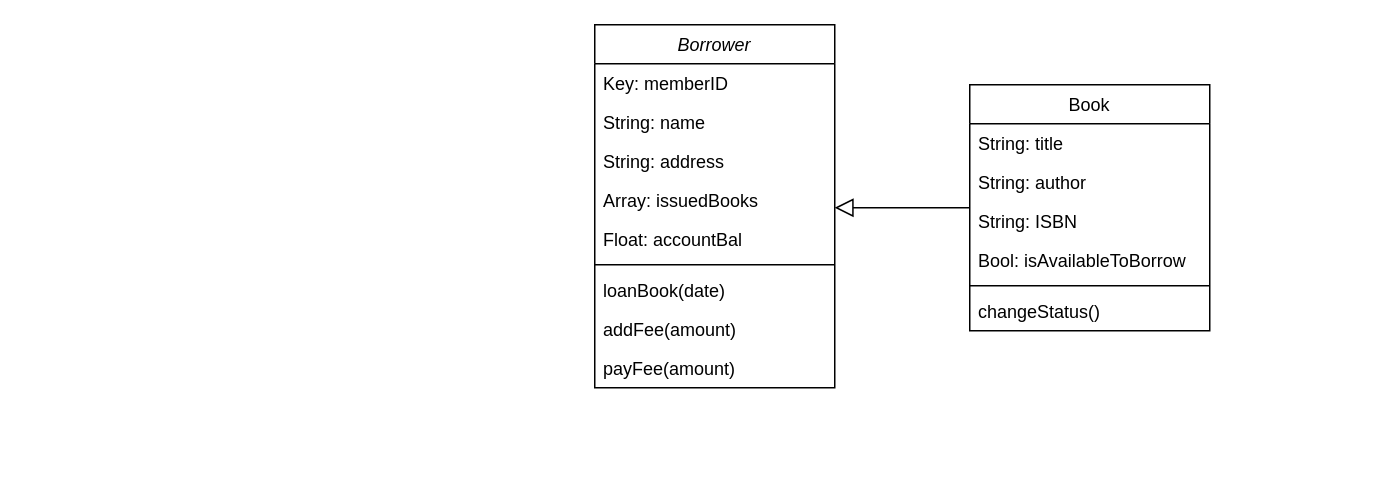
micahsellis/UMLs keeps this draw.io diagram as ClassDiag1.drawio. Above is the earlier version. Source tidied: cells renumbered, new cells numbered last; positions are measured from the earlier drawing's top-left corner, leaving out a move shared by most shapes. Both pictures are drawn from the tidied source at 150%, with x=0, y=0 at pixel (594, 24).
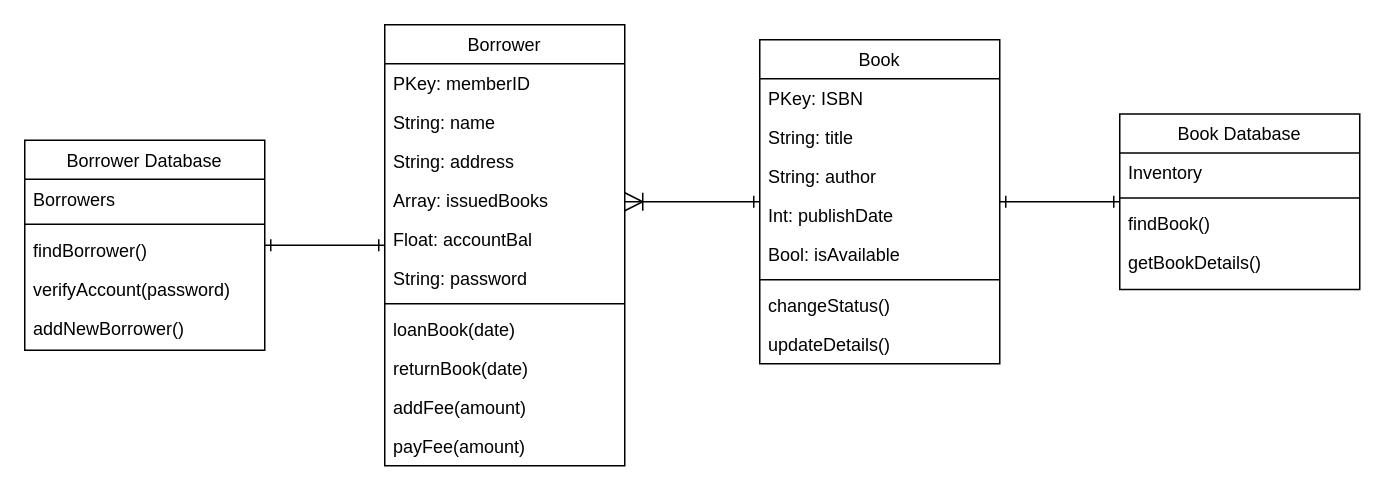
The same diagram, later.

The edit, as a diff of the source:
```diff
@@
+    <mxCell id="20" style="edgeStyle=orthogonalEdgeStyle;rounded=0;jettySize=auto;html=1;startArrow=ERone;startFill=0;endArrow=ERone;endFill=0;" parent="1" edge="1" source="2" target="31">
+      <mxGeometry relative="1" as="geometry" />
+    </mxCell>
-    <mxCell id="2" value="Borrower" style="swimlane;fontStyle=2;align=center;verticalAlign=top;horizontal=1;startSize=26;rounded=0;shadow=0;strokeWidth=1;" parent="1" vertex="1">
-      <mxGeometry width="160" height="242" as="geometry" />
+    <mxCell id="2" value="Borrower" style="swimlane;fontStyle=0;align=center;verticalAlign=top;horizontal=1;startSize=26;rounded=0;shadow=0;strokeWidth=1;" parent="1" vertex="1">
+      <mxGeometry x="-140" width="160" height="294" as="geometry" />
     </mxCell>
-    <mxCell id="3" value="Key: memberID" style="text;align=left;verticalAlign=top;spacingLeft=4;spacingRight=4;overflow=hidden;rounded=0;shadow=0;html=0;" parent="2" vertex="1">
+    <mxCell id="3" value="PKey: memberID" style="text;align=left;verticalAlign=top;spacingLeft=4;spacingRight=4;overflow=hidden;rounded=0;shadow=0;html=0;" parent="2" vertex="1">
       <mxGeometry y="26" width="160" height="26" as="geometry" />
     </mxCell>
@@
+    <mxCell id="21" value="Float: accountBal" style="text;align=left;verticalAlign=top;spacingLeft=4;spacingRight=4;overflow=hidden;rounded=0;shadow=0;html=0;" parent="2" vertex="1">
+      <mxGeometry y="130" width="160" height="26" as="geometry" />
+    </mxCell>
-    <mxCell id="7" value="Float: accountBal" style="text;align=left;verticalAlign=top;spacingLeft=4;spacingRight=4;overflow=hidden;rounded=0;shadow=0;html=0;" parent="2" vertex="1">
-      <mxGeometry y="130" width="160" height="26" as="geometry" />
+    <mxCell id="7" value="String: password" style="text;align=left;verticalAlign=top;spacingLeft=4;spacingRight=4;overflow=hidden;rounded=0;shadow=0;html=0;" parent="2" vertex="1">
+      <mxGeometry y="156" width="160" height="26" as="geometry" />
     </mxCell>
     <mxCell id="8" style="line;html=1;strokeWidth=1;align=left;verticalAlign=middle;spacingTop=-1;spacingLeft=3;spacingRight=3;labelPosition=right;" parent="2" vertex="1">
-      <mxGeometry y="156" width="160" height="8" as="geometry" />
+      <mxGeometry y="182" width="160" height="8" as="geometry" />
     </mxCell>
     <mxCell id="9" value="loanBook(date)" style="text;align=left;verticalAlign=top;spacingLeft=4;spacingRight=4;overflow=hidden;" parent="2" vertex="1">
-      <mxGeometry y="164" width="160" height="26" as="geometry" />
+      <mxGeometry y="190" width="160" height="26" as="geometry" />
     </mxCell>
+    <mxCell id="22" value="returnBook(date)" style="text;align=left;verticalAlign=top;spacingLeft=4;spacingRight=4;overflow=hidden;" parent="2" vertex="1">
+      <mxGeometry y="216" width="160" height="26" as="geometry" />
+    </mxCell>
     <mxCell id="10" value="addFee(amount)" style="text;align=left;verticalAlign=top;spacingLeft=4;spacingRight=4;overflow=hidden;" parent="2" vertex="1">
-      <mxGeometry y="190" width="160" height="26" as="geometry" />
+      <mxGeometry y="242" width="160" height="26" as="geometry" />
     </mxCell>
     <mxCell id="11" value="payFee(amount)" style="text;align=left;verticalAlign=top;spacingLeft=4;spacingRight=4;overflow=hidden;" parent="2" vertex="1">
-      <mxGeometry y="216" width="160" height="26" as="geometry" />
+      <mxGeometry y="268" width="160" height="26" as="geometry" />
     </mxCell>
+    <mxCell id="23" style="edgeStyle=orthogonalEdgeStyle;rounded=0;jettySize=auto;html=1;startArrow=ERone;startFill=0;endArrow=ERone;endFill=0;" parent="1" edge="1" source="12" target="26">
+      <mxGeometry relative="1" as="geometry" />
+    </mxCell>
     <mxCell id="12" value="Book" style="swimlane;fontStyle=0;align=center;verticalAlign=top;horizontal=1;startSize=26;rounded=0;shadow=0;strokeWidth=1;" parent="1" vertex="1">
-      <mxGeometry x="250" y="40" width="160" height="164" as="geometry" />
+      <mxGeometry x="110" y="10" width="160" height="216" as="geometry" />
     </mxCell>
+    <mxCell id="15" value="PKey: ISBN" style="text;align=left;verticalAlign=top;spacingLeft=4;spacingRight=4;overflow=hidden;rounded=0;shadow=0;html=0;" parent="12" vertex="1">
+      <mxGeometry y="26" width="160" height="26" as="geometry" />
+    </mxCell>
     <mxCell id="13" value="String: title" style="text;align=left;verticalAlign=top;spacingLeft=4;spacingRight=4;overflow=hidden;" parent="12" vertex="1">
-      <mxGeometry y="26" width="160" height="26" as="geometry" />
+      <mxGeometry y="52" width="160" height="26" as="geometry" />
     </mxCell>
     <mxCell id="14" value="String: author" style="text;align=left;verticalAlign=top;spacingLeft=4;spacingRight=4;overflow=hidden;" parent="12" vertex="1">
-      <mxGeometry y="52" width="160" height="26" as="geometry" />
+      <mxGeometry y="78" width="160" height="26" as="geometry" />
     </mxCell>
-    <mxCell id="15" value="String: ISBN" style="text;align=left;verticalAlign=top;spacingLeft=4;spacingRight=4;overflow=hidden;rounded=0;shadow=0;html=0;" parent="12" vertex="1">
-      <mxGeometry y="78" width="160" height="26" as="geometry" />
-    </mxCell>
+    <mxCell id="24" value="Int: publishDate" style="text;align=left;verticalAlign=top;spacingLeft=4;spacingRight=4;overflow=hidden;" parent="12" vertex="1">
+      <mxGeometry y="104" width="160" height="26" as="geometry" />
+    </mxCell>
-    <mxCell id="16" value="Bool: isAvailableToBorrow" style="text;align=left;verticalAlign=top;spacingLeft=4;spacingRight=4;overflow=hidden;rounded=0;shadow=0;html=0;" parent="12" vertex="1">
-      <mxGeometry y="104" width="160" height="26" as="geometry" />
+    <mxCell id="16" value="Bool: isAvailable" style="text;align=left;verticalAlign=top;spacingLeft=4;spacingRight=4;overflow=hidden;rounded=0;shadow=0;html=0;" parent="12" vertex="1">
+      <mxGeometry y="130" width="160" height="26" as="geometry" />
     </mxCell>
     <mxCell id="17" style="line;html=1;strokeWidth=1;align=left;verticalAlign=middle;spacingTop=-1;spacingLeft=3;spacingRight=3;labelPosition=right;" parent="12" vertex="1">
-      <mxGeometry y="130" width="160" height="8" as="geometry" />
+      <mxGeometry y="156" width="160" height="8" as="geometry" />
     </mxCell>
     <mxCell id="18" value="changeStatus()" style="text;align=left;verticalAlign=top;spacingLeft=4;spacingRight=4;overflow=hidden;" parent="12" vertex="1">
-      <mxGeometry y="138" width="160" height="26" as="geometry" />
+      <mxGeometry y="164" width="160" height="26" as="geometry" />
     </mxCell>
+    <mxCell id="25" value="updateDetails()" style="text;align=left;verticalAlign=top;spacingLeft=4;spacingRight=4;overflow=hidden;" parent="12" vertex="1">
+      <mxGeometry y="190" width="160" height="26" as="geometry" />
+    </mxCell>
-    <mxCell id="19" style="endArrow=block;endSize=10;endFill=0;shadow=0;strokeWidth=1;rounded=0;edgeStyle=elbowEdgeStyle;elbow=vertical;" parent="1" edge="1" source="12" target="2">
+    <mxCell id="19" style="endArrow=ERoneToMany;endSize=10;endFill=0;shadow=0;strokeWidth=1;rounded=0;edgeStyle=elbowEdgeStyle;elbow=vertical;startArrow=ERone;startFill=0;" parent="1" edge="1" source="12" target="2">
       <mxGeometry relative="1" as="geometry" />
     </mxCell>
+    <mxCell id="26" value="Book Database" style="swimlane;fontStyle=0;align=center;verticalAlign=top;horizontal=1;startSize=26;rounded=0;shadow=0;strokeWidth=1;" parent="1" vertex="1">
+      <mxGeometry x="350" y="59.5" width="160" height="117" as="geometry" />
+    </mxCell>
+    <mxCell id="27" value="Inventory" style="text;align=left;verticalAlign=top;spacingLeft=4;spacingRight=4;overflow=hidden;rounded=0;shadow=0;html=0;" parent="26" vertex="1">
+      <mxGeometry y="26" width="160" height="26" as="geometry" />
+    </mxCell>
+    <mxCell id="28" style="line;html=1;strokeWidth=1;align=left;verticalAlign=middle;spacingTop=-1;spacingLeft=3;spacingRight=3;labelPosition=right;" parent="26" vertex="1">
+      <mxGeometry y="52" width="160" height="8" as="geometry" />
+    </mxCell>
+    <mxCell id="29" value="findBook()" style="text;align=left;verticalAlign=top;spacingLeft=4;spacingRight=4;overflow=hidden;" parent="26" vertex="1">
+      <mxGeometry y="60" width="160" height="26" as="geometry" />
+    </mxCell>
+    <mxCell id="30" value="getBookDetails()" style="text;align=left;verticalAlign=top;spacingLeft=4;spacingRight=4;overflow=hidden;" parent="26" vertex="1">
+      <mxGeometry y="86" width="160" height="26" as="geometry" />
+    </mxCell>
+    <mxCell id="31" value="Borrower Database" style="swimlane;fontStyle=0;align=center;verticalAlign=top;horizontal=1;startSize=26;rounded=0;shadow=0;strokeWidth=1;" parent="1" vertex="1">
+      <mxGeometry x="-380" y="77" width="160" height="140" as="geometry" />
+    </mxCell>
+    <mxCell id="32" value="Borrowers" style="text;align=left;verticalAlign=top;spacingLeft=4;spacingRight=4;overflow=hidden;rounded=0;shadow=0;html=0;" parent="31" vertex="1">
+      <mxGeometry y="26" width="160" height="26" as="geometry" />
+    </mxCell>
+    <mxCell id="33" style="line;html=1;strokeWidth=1;align=left;verticalAlign=middle;spacingTop=-1;spacingLeft=3;spacingRight=3;labelPosition=right;" parent="31" vertex="1">
+      <mxGeometry y="52" width="160" height="8" as="geometry" />
+    </mxCell>
+    <mxCell id="34" value="findBorrower()" style="text;align=left;verticalAlign=top;spacingLeft=4;spacingRight=4;overflow=hidden;" parent="31" vertex="1">
+      <mxGeometry y="60" width="160" height="26" as="geometry" />
+    </mxCell>
+    <mxCell id="35" value="verifyAccount(password)" style="text;align=left;verticalAlign=top;spacingLeft=4;spacingRight=4;overflow=hidden;" parent="31" vertex="1">
+      <mxGeometry y="86" width="160" height="26" as="geometry" />
+    </mxCell>
+    <mxCell id="36" value="addNewBorrower()" style="text;align=left;verticalAlign=top;spacingLeft=4;spacingRight=4;overflow=hidden;" parent="31" vertex="1">
+      <mxGeometry y="112" width="160" height="26" as="geometry" />
+    </mxCell>
```
